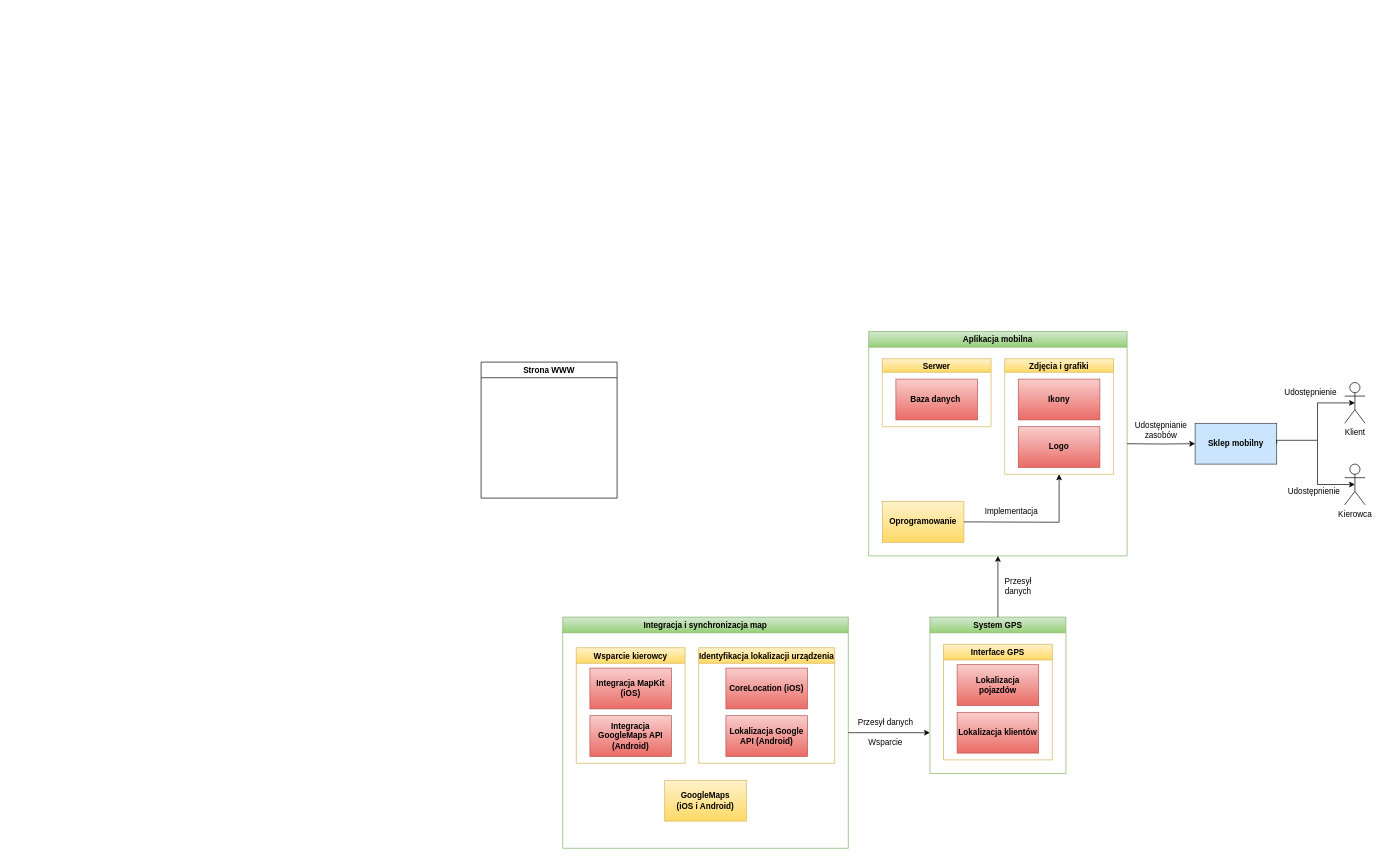
Before: SystemPrzejazdówOsobowych.drawio in angelikawroblewska/System-przejazd-w-osobowych-, a draw.io diagram. Source tidied: cells renumbered, new cells numbered last; positions are measured from the earlier drawing's top-left corner, leaving out a move shared by most shapes. Both pictures are drawn from the tidied source at 68%, with x=0, y=0 at pixel (481, 331).
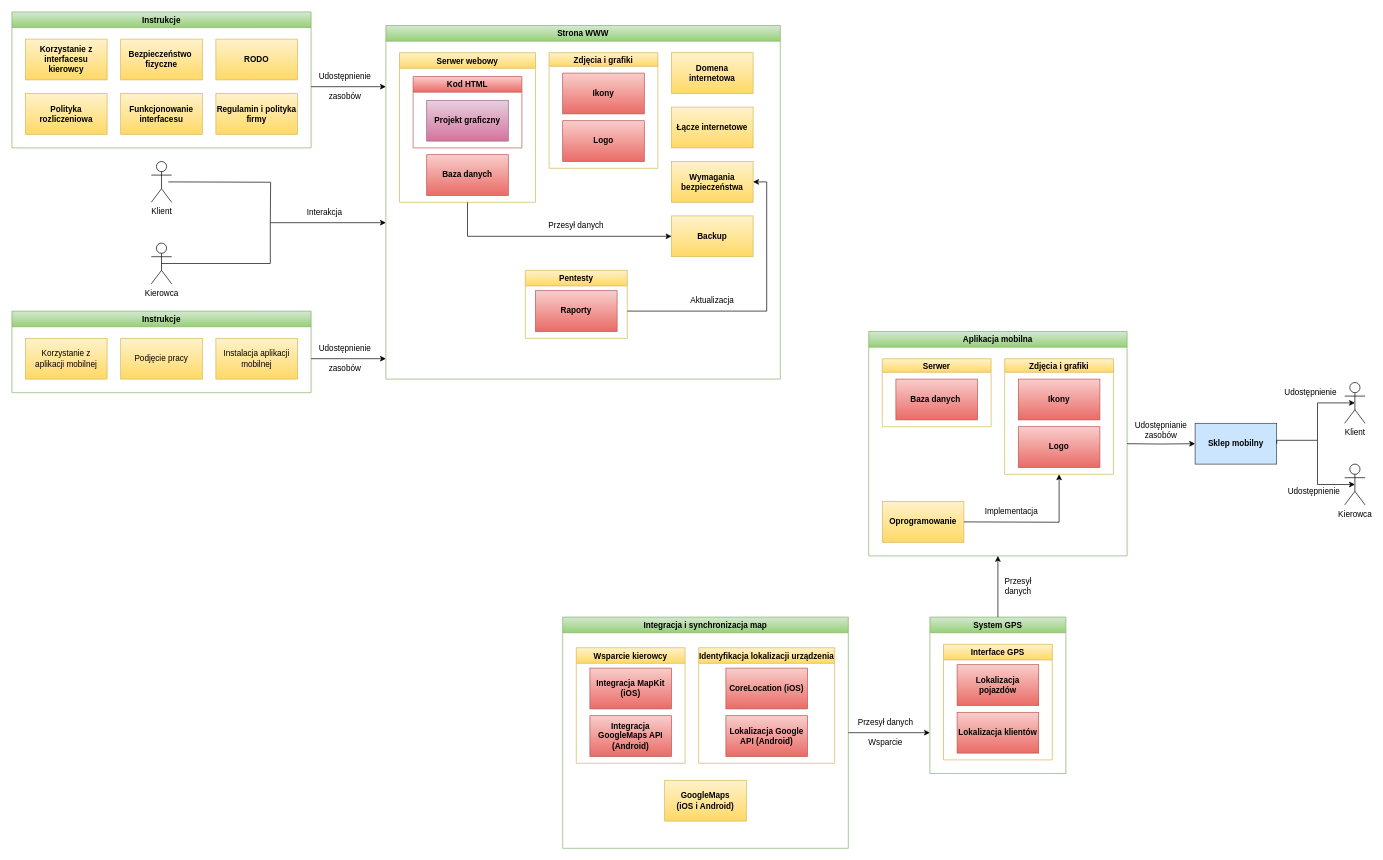
Above is the later version.

Change to the diagram source:
```diff
@@
-    <mxCell id="32" value="Strona WWW" style="swimlane;strokeWidth=1;" parent="1" vertex="1">
-      <mxGeometry y="45" width="200" height="200" as="geometry" />
+    <mxCell id="32" value="Strona WWW" style="swimlane;strokeWidth=1;gradientColor=#97d077;fillColor=#d5e8d4;strokeColor=#82b366;" parent="1" vertex="1">
+      <mxGeometry x="-140" y="-450" width="580" height="520" as="geometry" />
     </mxCell>
+    <mxCell id="39" value="Serwer webowy" style="swimlane;strokeWidth=1;gradientColor=#ffd966;fillColor=#fff2cc;strokeColor=#d6b656;" parent="32" vertex="1">
+      <mxGeometry x="20" y="40" width="200" height="220" as="geometry" />
+    </mxCell>
+    <mxCell id="40" value="Kod HTML" style="swimlane;strokeWidth=1;gradientColor=#ea6b66;fillColor=#f8cecc;strokeColor=#b85450;" parent="39" vertex="1">
+      <mxGeometry x="20" y="35" width="160" height="105" as="geometry" />
+    </mxCell>
+    <mxCell id="41" value="Projekt graficzny" style="rounded=0;whiteSpace=wrap;html=1;strokeWidth=1;gradientColor=#d5739d;fillColor=#e6d0de;strokeColor=#996185;fontStyle=1;" parent="40" vertex="1">
+      <mxGeometry x="20" y="35" width="120" height="60" as="geometry" />
+    </mxCell>
+    <mxCell id="42" value="Baza danych" style="rounded=0;whiteSpace=wrap;html=1;strokeWidth=1;gradientColor=#ea6b66;fillColor=#f8cecc;strokeColor=#b85450;fontStyle=1;" parent="39" vertex="1">
+      <mxGeometry x="40" y="150" width="120" height="60" as="geometry" />
+    </mxCell>
+    <mxCell id="43" value="Zdjęcia i grafiki" style="swimlane;startSize=20;fillColor=#fff2cc;strokeColor=#d6b656;gradientColor=#ffd966;" parent="32" vertex="1">
+      <mxGeometry x="240" y="40" width="160" height="170" as="geometry" />
+    </mxCell>
+    <mxCell id="44" value="Ikony" style="rounded=0;whiteSpace=wrap;html=1;fillColor=#f8cecc;strokeColor=#b85450;gradientColor=#ea6b66;fontStyle=1;" parent="43" vertex="1">
+      <mxGeometry x="20" y="30" width="120" height="60" as="geometry" />
+    </mxCell>
+    <mxCell id="45" value="Logo" style="rounded=0;whiteSpace=wrap;html=1;fillColor=#f8cecc;strokeColor=#b85450;gradientColor=#ea6b66;fontStyle=1;" parent="43" vertex="1">
+      <mxGeometry x="20" y="100" width="120" height="60" as="geometry" />
+    </mxCell>
+    <mxCell id="46" value="Domena internetowa" style="rounded=0;whiteSpace=wrap;html=1;strokeWidth=1;gradientColor=#ffd966;fillColor=#fff2cc;strokeColor=#d6b656;fontStyle=1;" parent="32" vertex="1">
+      <mxGeometry x="420" y="40" width="120" height="60" as="geometry" />
+    </mxCell>
+    <mxCell id="47" value="Łącze internetowe" style="rounded=0;whiteSpace=wrap;html=1;strokeWidth=1;gradientColor=#ffd966;fillColor=#fff2cc;strokeColor=#d6b656;fontStyle=1;" parent="32" vertex="1">
+      <mxGeometry x="420" y="120" width="120" height="60" as="geometry" />
+    </mxCell>
+    <mxCell id="48" value="Wymagania&lt;br&gt;bezpieczeństwa" style="rounded=0;whiteSpace=wrap;html=1;strokeWidth=1;gradientColor=#ffd966;fillColor=#fff2cc;strokeColor=#d6b656;fontStyle=1;" parent="32" vertex="1">
+      <mxGeometry x="420" y="200" width="120" height="60" as="geometry" />
+    </mxCell>
+    <mxCell id="49" value="Backup" style="rounded=0;whiteSpace=wrap;html=1;strokeWidth=1;gradientColor=#ffd966;fillColor=#fff2cc;strokeColor=#d6b656;fontStyle=1;" parent="32" vertex="1">
+      <mxGeometry x="420" y="280" width="120" height="60" as="geometry" />
+    </mxCell>
+    <mxCell id="50" style="endArrow=classic;html=1;rounded=0;edgeStyle=orthogonalEdgeStyle;exitX=0.5;exitY=1;exitDx=0;exitDy=0;entryX=0;entryY=0.5;entryDx=0;entryDy=0;" parent="32" edge="1" source="39" target="49">
+      <mxGeometry relative="1" as="geometry" />
+    </mxCell>
+    <mxCell id="51" value="Przesył danych" style="text;html=1;strokeColor=none;fillColor=none;align=center;verticalAlign=middle;whiteSpace=wrap;rounded=0;" parent="32" vertex="1">
+      <mxGeometry x="235" y="280" width="90" height="30" as="geometry" />
+    </mxCell>
+    <mxCell id="52" value="Pentesty" style="swimlane;strokeWidth=1;gradientColor=#ffd966;fillColor=#fff2cc;strokeColor=#d6b656;" parent="32" vertex="1">
+      <mxGeometry x="205" y="360" width="150" height="100" as="geometry" />
+    </mxCell>
+    <mxCell id="53" value="Raporty" style="rounded=0;whiteSpace=wrap;html=1;strokeWidth=1;gradientColor=#ea6b66;fillColor=#f8cecc;strokeColor=#b85450;fontStyle=1;" parent="52" vertex="1">
+      <mxGeometry x="15" y="30" width="120" height="60" as="geometry" />
+    </mxCell>
+    <mxCell id="54" style="endArrow=classic;html=1;rounded=0;edgeStyle=orthogonalEdgeStyle;entryX=1;entryY=0.5;entryDx=0;entryDy=0;" parent="32" edge="1" target="48">
+      <mxGeometry relative="1" as="geometry">
+        <mxPoint x="355" y="420" as="sourcePoint" />
+        <Array as="points">
+          <mxPoint x="560" y="420" />
+          <mxPoint x="560" y="230" />
+        </Array>
+      </mxGeometry>
+    </mxCell>
+    <mxCell id="55" value="Aktualizacja" style="text;html=1;strokeColor=none;fillColor=none;align=center;verticalAlign=middle;whiteSpace=wrap;rounded=0;" parent="32" vertex="1">
+      <mxGeometry x="450" y="390" width="60" height="30" as="geometry" />
+    </mxCell>
@@
+    <mxCell id="56" value="Instrukcje" style="swimlane;strokeWidth=1;gradientColor=#97d077;fillColor=#d5e8d4;strokeColor=#82b366;" parent="1" vertex="1">
+      <mxGeometry x="-690" y="-470" width="440" height="200" as="geometry" />
+    </mxCell>
+    <mxCell id="57" value="Korzystanie z interfacesu kierowcy" style="rounded=0;whiteSpace=wrap;html=1;strokeWidth=1;gradientColor=#ffd966;fillColor=#fff2cc;strokeColor=#d6b656;fontStyle=1;" parent="56" vertex="1">
+      <mxGeometry x="20" y="40" width="120" height="60" as="geometry" />
+    </mxCell>
+    <mxCell id="58" value="Bezpieczeństwo&amp;nbsp;&lt;br&gt;fizyczne" style="rounded=0;whiteSpace=wrap;html=1;strokeWidth=1;gradientColor=#ffd966;fillColor=#fff2cc;strokeColor=#d6b656;fontStyle=1;" parent="56" vertex="1">
+      <mxGeometry x="160" y="40" width="120" height="60" as="geometry" />
+    </mxCell>
+    <mxCell id="59" value="RODO" style="rounded=0;whiteSpace=wrap;html=1;strokeWidth=1;gradientColor=#ffd966;fillColor=#fff2cc;strokeColor=#d6b656;fontStyle=1;" parent="56" vertex="1">
+      <mxGeometry x="300" y="40" width="120" height="60" as="geometry" />
+    </mxCell>
+    <mxCell id="60" value="Polityka rozliczeniowa" style="rounded=0;whiteSpace=wrap;html=1;strokeWidth=1;gradientColor=#ffd966;fillColor=#fff2cc;strokeColor=#d6b656;fontStyle=1;" parent="56" vertex="1">
+      <mxGeometry x="20" y="120" width="120" height="60" as="geometry" />
+    </mxCell>
+    <mxCell id="61" value="Funkcjonowanie interfacesu" style="rounded=0;whiteSpace=wrap;html=1;strokeWidth=1;gradientColor=#ffd966;fillColor=#fff2cc;strokeColor=#d6b656;fontStyle=1;" parent="56" vertex="1">
+      <mxGeometry x="160" y="120" width="120" height="60" as="geometry" />
+    </mxCell>
+    <mxCell id="62" value="Regulamin i polityka firmy" style="rounded=0;whiteSpace=wrap;html=1;strokeWidth=1;gradientColor=#ffd966;fillColor=#fff2cc;strokeColor=#d6b656;fontStyle=1;" parent="56" vertex="1">
+      <mxGeometry x="300" y="120" width="120" height="60" as="geometry" />
+    </mxCell>
+    <mxCell id="63" value="Klient" style="shape=umlActor;verticalLabelPosition=bottom;verticalAlign=top;html=1;strokeWidth=1;" parent="1" vertex="1">
+      <mxGeometry x="-485" y="-250" width="30" height="60" as="geometry" />
+    </mxCell>
+    <mxCell id="64" value="Kierowca" style="shape=umlActor;verticalLabelPosition=bottom;verticalAlign=top;html=1;strokeWidth=1;" parent="1" vertex="1">
+      <mxGeometry x="-485" y="-130" width="30" height="60" as="geometry" />
+    </mxCell>
+    <mxCell id="65" value="Instrukcje" style="swimlane;strokeWidth=1;gradientColor=#97d077;fillColor=#d5e8d4;strokeColor=#82b366;" parent="1" vertex="1">
+      <mxGeometry x="-690" y="-30" width="440" height="120" as="geometry" />
+    </mxCell>
+    <mxCell id="66" value="Korzystanie z aplikacji mobilnej" style="rounded=0;whiteSpace=wrap;html=1;strokeWidth=1;gradientColor=#ffd966;fillColor=#fff2cc;strokeColor=#d6b656;" parent="65" vertex="1">
+      <mxGeometry x="20" y="40" width="120" height="60" as="geometry" />
+    </mxCell>
+    <mxCell id="67" value="Podjęcie pracy" style="rounded=0;whiteSpace=wrap;html=1;strokeWidth=1;gradientColor=#ffd966;fillColor=#fff2cc;strokeColor=#d6b656;" parent="65" vertex="1">
+      <mxGeometry x="160" y="40" width="120" height="60" as="geometry" />
+    </mxCell>
+    <mxCell id="68" value="Instalacja aplikacji mobilnej" style="rounded=0;whiteSpace=wrap;html=1;strokeWidth=1;gradientColor=#ffd966;fillColor=#fff2cc;strokeColor=#d6b656;" parent="65" vertex="1">
+      <mxGeometry x="300" y="40" width="120" height="60" as="geometry" />
+    </mxCell>
+    <mxCell id="69" style="endArrow=classic;html=1;rounded=0;edgeStyle=orthogonalEdgeStyle;" parent="1" edge="1">
+      <mxGeometry relative="1" as="geometry">
+        <mxPoint x="-250" y="-360" as="sourcePoint" />
+        <mxPoint x="-140" y="-360" as="targetPoint" />
+      </mxGeometry>
+    </mxCell>
+    <mxCell id="70" style="endArrow=classic;html=1;rounded=0;edgeStyle=orthogonalEdgeStyle;" parent="1" edge="1">
+      <mxGeometry relative="1" as="geometry">
+        <mxPoint x="-250" y="40" as="sourcePoint" />
+        <mxPoint x="-140" y="40" as="targetPoint" />
+      </mxGeometry>
+    </mxCell>
+    <mxCell id="71" style="endArrow=classic;html=1;rounded=0;edgeStyle=orthogonalEdgeStyle;" parent="1" edge="1">
+      <mxGeometry relative="1" as="geometry">
+        <mxPoint x="-470" y="-100" as="sourcePoint" />
+        <mxPoint x="-140" y="-160" as="targetPoint" />
+        <Array as="points">
+          <mxPoint x="-310" y="-100" />
+          <mxPoint x="-310" y="-160" />
+        </Array>
+      </mxGeometry>
+    </mxCell>
+    <mxCell id="72" style="endArrow=none;html=1;rounded=0;edgeStyle=orthogonalEdgeStyle;" parent="1" edge="1">
+      <mxGeometry relative="1" as="geometry">
+        <mxPoint x="-460" y="-220" as="sourcePoint" />
+        <mxPoint x="-310" y="-160" as="targetPoint" />
+      </mxGeometry>
+    </mxCell>
+    <mxCell id="73" value="Interakcja" style="text;html=1;strokeColor=none;fillColor=none;align=center;verticalAlign=middle;whiteSpace=wrap;rounded=0;" parent="1" vertex="1">
+      <mxGeometry x="-260" y="-190" width="60" height="30" as="geometry" />
+    </mxCell>
+    <mxCell id="74" value="Udostępnienie" style="text;html=1;strokeColor=none;fillColor=none;align=center;verticalAlign=middle;whiteSpace=wrap;rounded=0;" parent="1" vertex="1">
+      <mxGeometry x="-230" y="-390" width="60" height="30" as="geometry" />
+    </mxCell>
+    <mxCell id="75" value="zasobów" style="text;html=1;strokeColor=none;fillColor=none;align=center;verticalAlign=middle;whiteSpace=wrap;rounded=0;" parent="1" vertex="1">
+      <mxGeometry x="-230" y="-360" width="60" height="30" as="geometry" />
+    </mxCell>
+    <mxCell id="76" value="Udostępnienie" style="text;html=1;strokeColor=none;fillColor=none;align=center;verticalAlign=middle;whiteSpace=wrap;rounded=0;" parent="1" vertex="1">
+      <mxGeometry x="-230" y="10" width="60" height="30" as="geometry" />
+    </mxCell>
+    <mxCell id="77" value="zasobów" style="text;html=1;strokeColor=none;fillColor=none;align=center;verticalAlign=middle;whiteSpace=wrap;rounded=0;" parent="1" vertex="1">
+      <mxGeometry x="-230" y="40" width="60" height="30" as="geometry" />
+    </mxCell>
```
